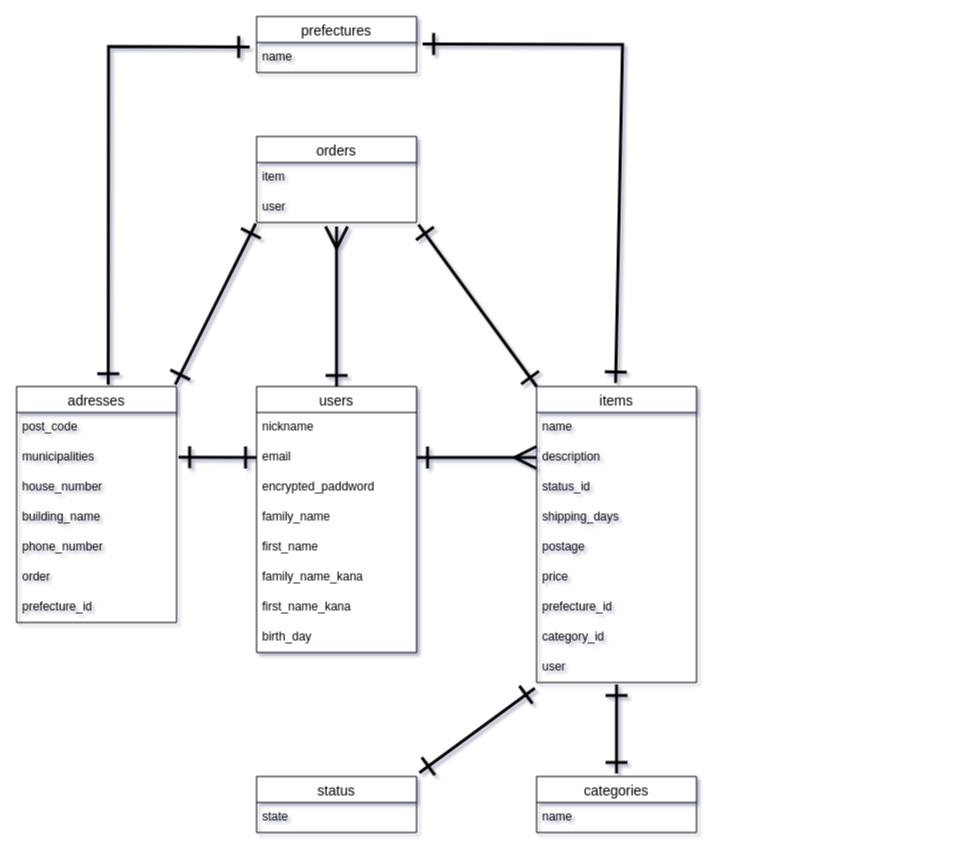
This is er.dio from sottaku-tatuki/furima-38270, a draw.io file, before an edit. Source tidied: cells renumbered, new cells numbered last; positions are measured from the earlier drawing's top-left corner, leaving out a move shared by most shapes. Both pictures are drawn from the tidied source at 100%, with x=0, y=0 at pixel (16, 16).
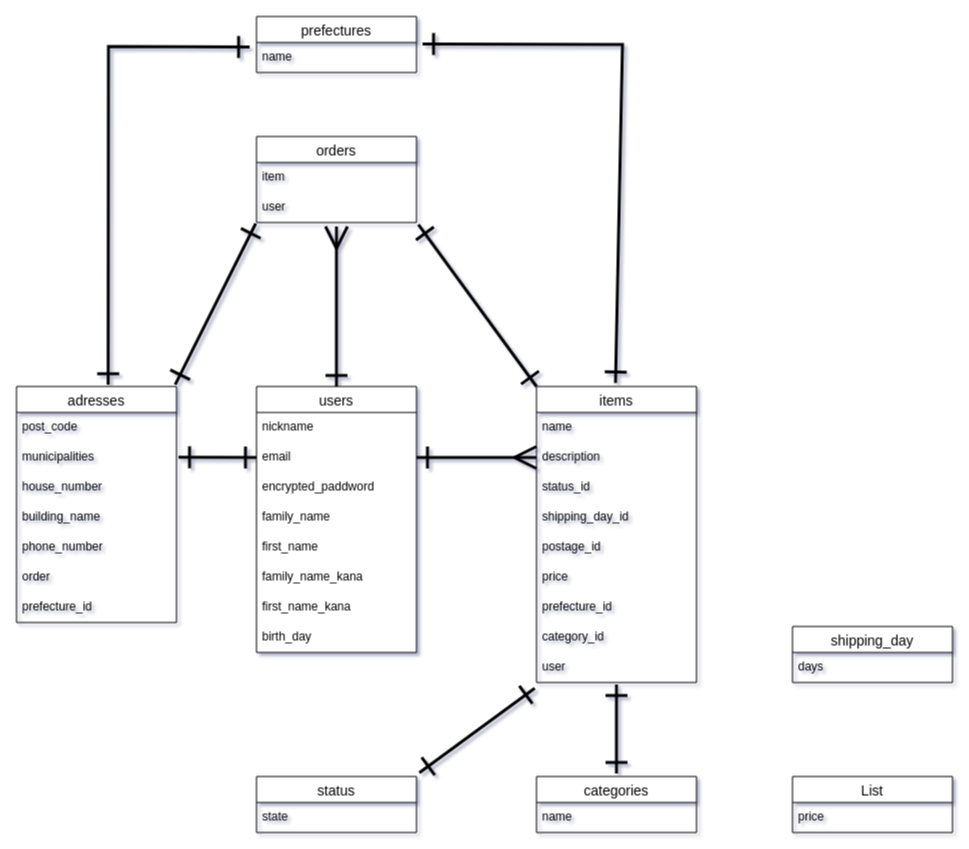
The same diagram, later.

Commit message (it also covers changes not shown here):
DB設計 take3

Unchanged cells that the change refers to:
```xml
<mxCell id="13" value="items" style="swimlane;fontStyle=0;horizontal=1;startSize=26;align=center;fontSize=14;" parent="1" vertex="1">
  <mxGeometry x="520" y="370" width="160" height="296" as="geometry" />
</mxCell>
```

What changed in the source:
```diff
@@
-    <mxCell id="17" value="shipping_days" style="text;strokeColor=none;fillColor=none;spacingLeft=4;spacingRight=4;overflow=hidden;fontSize=12;" parent="13" vertex="1">
+    <mxCell id="17" value="shipping_day_id" style="text;strokeColor=none;fillColor=none;spacingLeft=4;spacingRight=4;overflow=hidden;fontSize=12;" parent="13" vertex="1">
       <mxGeometry y="116" width="160" height="30" as="geometry" />
     </mxCell>
-    <mxCell id="18" value="postage" style="text;strokeColor=none;fillColor=none;spacingLeft=4;spacingRight=4;overflow=hidden;fontSize=12;" parent="13" vertex="1">
+    <mxCell id="18" value="postage_id" style="text;strokeColor=none;fillColor=none;spacingLeft=4;spacingRight=4;overflow=hidden;fontSize=12;" parent="13" vertex="1">
       <mxGeometry y="146" width="160" height="30" as="geometry" />
     </mxCell>
@@
+    <mxCell id="49" value="List" style="swimlane;fontStyle=0;horizontal=1;startSize=26;align=center;fontSize=14;" parent="1" vertex="1">
+      <mxGeometry x="776" y="760" width="160" height="56" as="geometry" />
+    </mxCell>
+    <mxCell id="50" value="price" style="text;strokeColor=none;fillColor=none;spacingLeft=4;spacingRight=4;overflow=hidden;fontSize=12;" parent="49" vertex="1">
+      <mxGeometry y="26" width="160" height="30" as="geometry" />
+    </mxCell>
+    <mxCell id="51" value="shipping_day" style="swimlane;fontStyle=0;horizontal=1;startSize=26;align=center;fontSize=14;" parent="1" vertex="1">
+      <mxGeometry x="776" y="610" width="160" height="56" as="geometry" />
+    </mxCell>
+    <mxCell id="52" value="days" style="text;strokeColor=none;fillColor=none;spacingLeft=4;spacingRight=4;overflow=hidden;fontSize=12;" parent="51" vertex="1">
+      <mxGeometry y="26" width="160" height="30" as="geometry" />
+    </mxCell>
```
